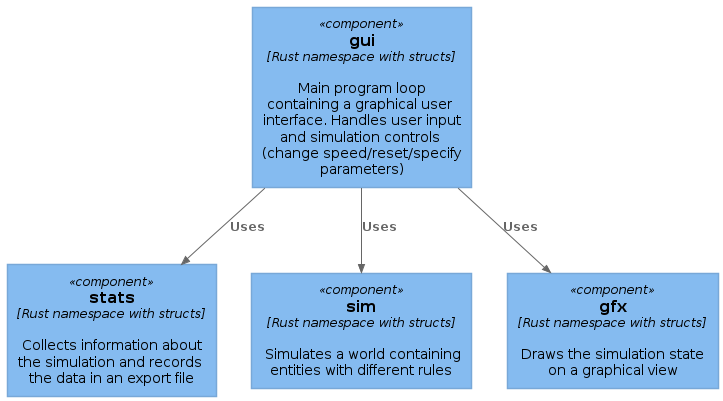
This is design/component-diagram.png from cuiter/2d-predator-prey-model, a PlantUML export, as it was before one commit.
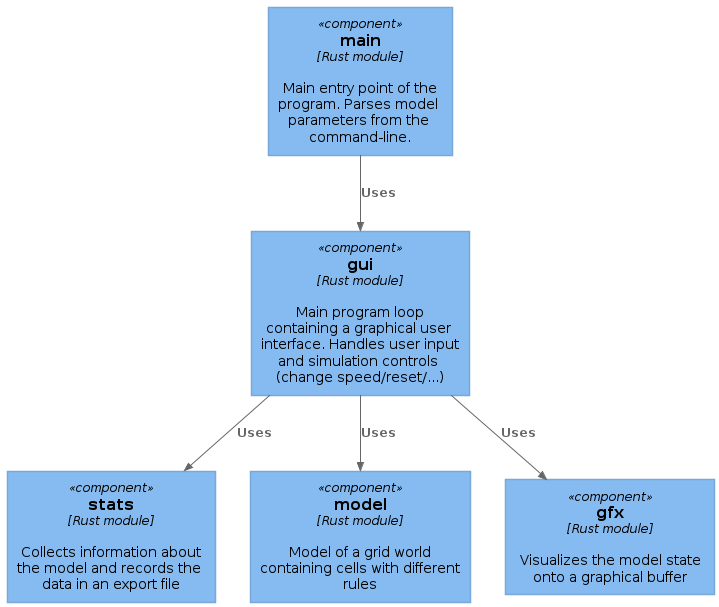
Later version of the same file.

Commit message:
Improve component diagram design and descriptions

Change to the diagram source:
```diff
@@ -4,12 +4,15 @@
 !include https://raw.githubusercontent.com/plantuml-stdlib/C4-PlantUML/v2.3.0/C4_Container.puml
 !include https://raw.githubusercontent.com/plantuml-stdlib/C4-PlantUML/v2.3.0/C4_Component.puml
 
-Component(gui_component, "gui", "Rust namespace with structs", "Main program loop containing a graphical user interface. Handles user input and simulation controls (change speed/reset/specify parameters)")
-Component(stats_component, "stats", "Rust namespace with structs", "Collects information about the simulation and records the data in an export file")
-Component(sim_component, "sim", "Rust namespace with structs", "Simulates a world containing entities with different rules")
-Component(gfx_component, "gfx", "Rust namespace with structs", "Draws the simulation state on a graphical view")
+Component(main_component, "main", "Rust module", "Main entry point of the program. Parses model parameters from the command-line.")
+Component(gui_component, "gui", "Rust module", "Main program loop containing a graphical user interface. Handles user input and simulation controls (change speed/reset/...)")
+Component(stats_component, "stats", "Rust module", "Collects information about the model and records the data in an export file")
+Component(model_component, "model", "Rust module", "Model of a grid world containing cells with different rules")
+Component(gfx_component, "gfx", "Rust module", "Visualizes the model state onto a graphical buffer")
 
-Rel(gui_component, sim_component, "Uses")
+Rel(main_component, gui_component, "Uses")
+
+Rel(gui_component, model_component, "Uses")
 Rel(gui_component, gfx_component, "Uses")
 Rel(gui_component, stats_component, "Uses")
 
```
